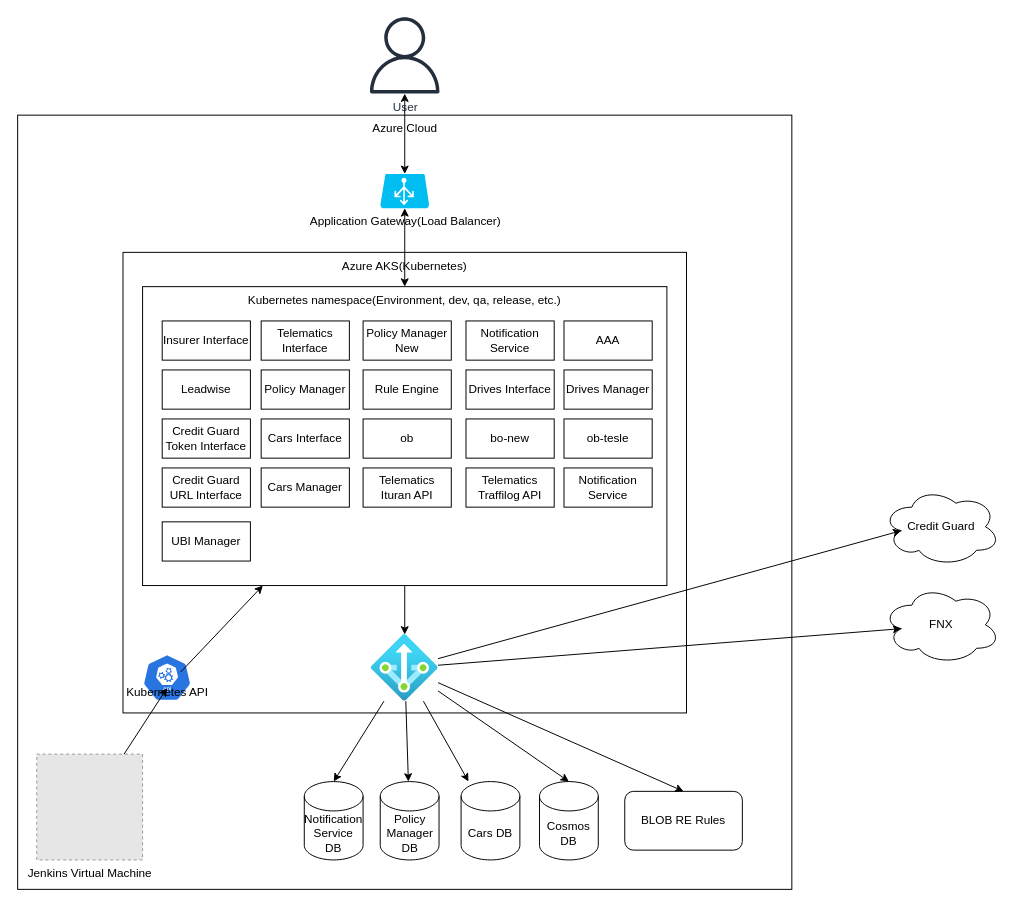
Above: Untitled Diagram.drawio in IIIRADIII/bambidiagram (draw.io), before the change. Source tidied: cells renumbered, new cells numbered last; positions are measured from the earlier drawing's top-left corner, leaving out a move shared by most shapes. Both pictures are drawn from the tidied source at 98%, with x=0, y=0 at pixel (18, 17). Pictures stored in the file or linked from it are replaced by grey dashed boxes.
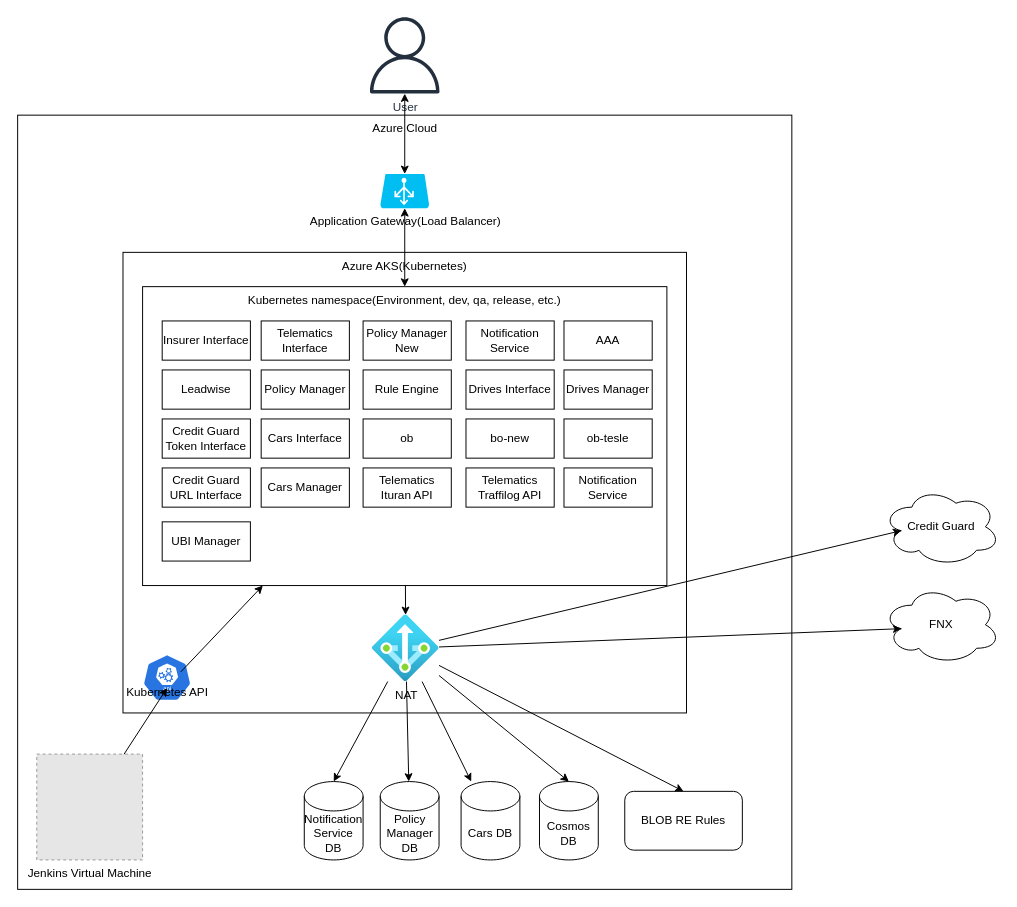
The same diagram, later.

Change to the diagram source:
```diff
@@
-    <mxCell id="32" style="html=1;points=[];align=center;image;fontSize=12;image=img/lib/azure2/networking/NAT.svg;labelBackgroundColor=none;" parent="1" vertex="1">
-      <mxGeometry x="360.5" y="630" width="68" height="68" as="geometry" />
+    <mxCell id="32" value="NAT&lt;br&gt;" style="html=1;points=[];align=center;image;fontSize=12;image=img/lib/azure2/networking/NAT.svg;labelBackgroundColor=none;" parent="1" vertex="1">
+      <mxGeometry x="361.5" y="610" width="68" height="68" as="geometry" />
     </mxCell>
```
